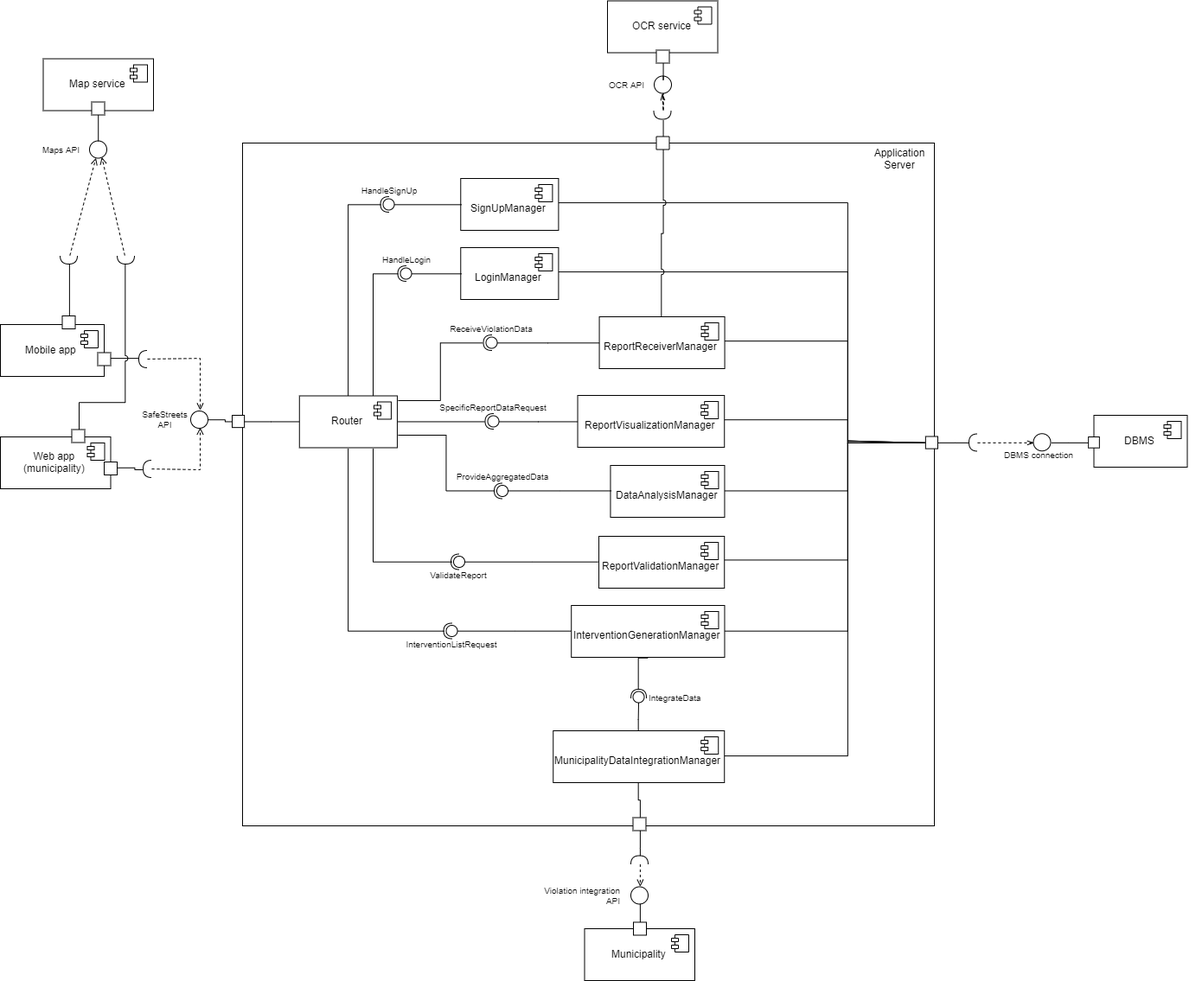
Before: Documentation/DD/Images/componentsDiagram.png, a diagram exported from draw.io (AndreaFalanti/FalantiHuang-SwEngineering2). Source tidied: cells renumbered, new cells last; positions are measured from the earlier drawing's top-left corner, leaving out a move shared by most shapes.
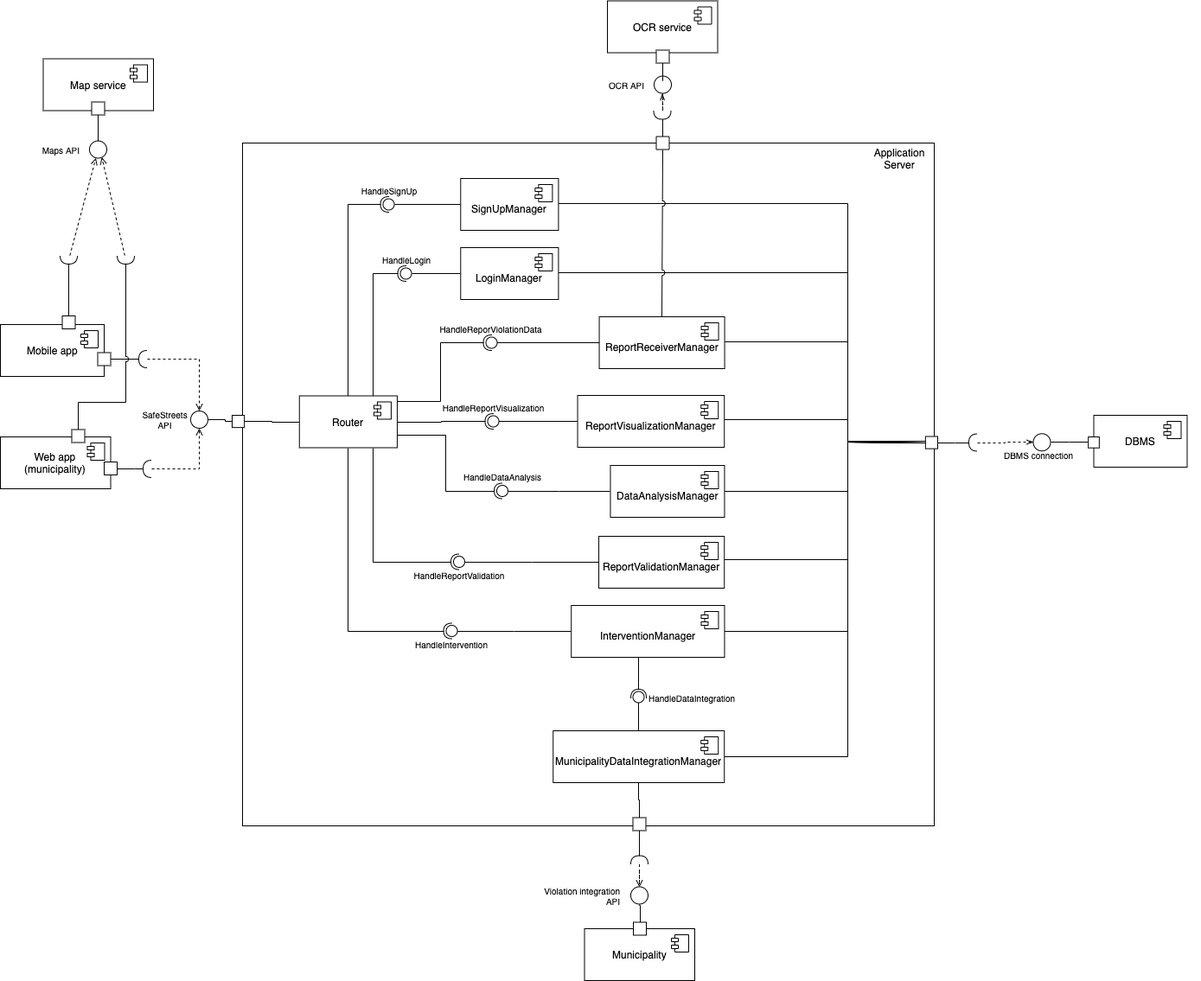
After the commit.

The edit, as a diff of the source:
```diff
@@ -213,7 +213,7 @@
         </Array>
       </mxGeometry>
     </mxCell>
-    <mxCell id="57" value="InterventionGenerationManager" style="html=1;align=center;verticalAlign=middle;horizontal=1;spacingBottom=0;spacingTop=10;fontFamily=Helvetica;fontSize=12;" parent="1" vertex="1">
+    <mxCell id="57" value="InterventionManager" style="html=1;align=center;verticalAlign=middle;horizontal=1;spacingBottom=0;spacingTop=10;fontFamily=Helvetica;fontSize=12;" parent="1" vertex="1">
       <mxGeometry x="660.2" y="699" width="177.2" height="60" as="geometry" />
     </mxCell>
     <mxCell id="58" style="shape=component;jettyWidth=8;jettyHeight=4;fontFamily=Helvetica;fontSize=12;" parent="57" vertex="1">
@@ -227,7 +227,7 @@
     <mxCell id="60" style="ellipse;whiteSpace=wrap;html=1;align=center;fontFamily=Helvetica;fontSize=12;" parent="59" vertex="1">
       <mxGeometry x="44" y="2.5" width="13" height="13" as="geometry" />
     </mxCell>
-    <mxCell id="61" value="ValidateReport" style="text;html=1;strokeColor=none;fillColor=none;align=center;verticalAlign=middle;whiteSpace=wrap;rounded=0;fontSize=10;fontFamily=Helvetica;" parent="59" vertex="1">
+    <mxCell id="61" value="HandleReportValidation" style="text;html=1;strokeColor=none;fillColor=none;align=center;verticalAlign=middle;whiteSpace=wrap;rounded=0;fontSize=10;fontFamily=Helvetica;" parent="59" vertex="1">
       <mxGeometry y="19" width="100" height="10" as="geometry" />
     </mxCell>
     <mxCell id="62" style="shape=requiredInterface;html=1;verticalLabelPosition=bottom;fontFamily=Helvetica;fontSize=10;align=center;flipH=1;" parent="59" vertex="1">
@@ -239,7 +239,7 @@
     <mxCell id="64" style="ellipse;whiteSpace=wrap;html=1;align=center;fontFamily=Helvetica;fontSize=12;" parent="63" vertex="1">
       <mxGeometry x="44" y="2.5" width="13" height="13" as="geometry" />
     </mxCell>
-    <mxCell id="65" value="InterventionListRequest" style="text;html=1;strokeColor=none;fillColor=none;align=center;verticalAlign=middle;whiteSpace=wrap;rounded=0;fontSize=10;fontFamily=Helvetica;" parent="63" vertex="1">
+    <mxCell id="65" value="HandleIntervention" style="text;html=1;strokeColor=none;fillColor=none;align=center;verticalAlign=middle;whiteSpace=wrap;rounded=0;fontSize=10;fontFamily=Helvetica;" parent="63" vertex="1">
       <mxGeometry y="19" width="100" height="10" as="geometry" />
     </mxCell>
     <mxCell id="66" style="shape=requiredInterface;html=1;verticalLabelPosition=bottom;fontFamily=Helvetica;fontSize=10;align=center;flipH=1;" parent="63" vertex="1">
@@ -248,7 +248,7 @@
     <mxCell id="67" style="edgeStyle=orthogonalEdgeStyle;rounded=0;jettySize=auto;html=1;entryX=0;entryY=0.5;entryDx=0;entryDy=0;endArrow=none;endFill=0;fontFamily=Helvetica;fontSize=10;" parent="1" edge="1" source="64" target="57">
       <mxGeometry relative="1" as="geometry" />
     </mxCell>
-    <mxCell id="68" value="IntegrateData" style="text;html=1;strokeColor=none;fillColor=none;align=left;verticalAlign=middle;whiteSpace=wrap;rounded=0;fontSize=10;fontFamily=Helvetica;" parent="1" vertex="1">
+    <mxCell id="68" value="HandleDataIntegration" style="text;html=1;strokeColor=none;fillColor=none;align=left;verticalAlign=middle;whiteSpace=wrap;rounded=0;fontSize=10;fontFamily=Helvetica;" parent="1" vertex="1">
       <mxGeometry x="748" y="801" width="70" height="10" as="geometry" />
     </mxCell>
     <mxCell id="69" style="edgeStyle=orthogonalEdgeStyle;rounded=0;jettySize=auto;html=1;entryX=0.5;entryY=0;entryDx=0;entryDy=0;endArrow=none;endFill=0;fontFamily=Helvetica;fontSize=10;" parent="1" edge="1" source="70" target="44">
@@ -275,7 +275,7 @@
     <mxCell id="76" style="group;" parent="75" vertex="1">
       <mxGeometry width="100" height="30" as="geometry" />
     </mxCell>
-    <mxCell id="77" value="ReceiveViolationData" style="text;html=1;strokeColor=none;fillColor=none;align=center;verticalAlign=middle;whiteSpace=wrap;rounded=0;fontSize=10;fontFamily=Helvetica;" parent="76" vertex="1">
+    <mxCell id="77" value="HandleReporViolationData" style="text;html=1;strokeColor=none;fillColor=none;align=center;verticalAlign=middle;whiteSpace=wrap;rounded=0;fontSize=10;fontFamily=Helvetica;" parent="76" vertex="1">
       <mxGeometry width="100" height="10" as="geometry" />
     </mxCell>
     <mxCell id="78" style="ellipse;whiteSpace=wrap;html=1;align=center;fontFamily=Helvetica;fontSize=12;" parent="76" vertex="1">
@@ -290,7 +290,7 @@
     <mxCell id="81" style="group;" parent="80" vertex="1">
       <mxGeometry width="100" height="30" as="geometry" />
     </mxCell>
-    <mxCell id="82" value="SpecificReportDataRequest" style="text;html=1;strokeColor=none;fillColor=none;align=center;verticalAlign=middle;whiteSpace=wrap;rounded=0;fontSize=10;fontFamily=Helvetica;" parent="81" vertex="1">
+    <mxCell id="82" value="HandleReportVisualization" style="text;html=1;strokeColor=none;fillColor=none;align=center;verticalAlign=middle;whiteSpace=wrap;rounded=0;fontSize=10;fontFamily=Helvetica;" parent="81" vertex="1">
       <mxGeometry width="100" height="10" as="geometry" />
     </mxCell>
     <mxCell id="83" style="ellipse;whiteSpace=wrap;html=1;align=center;fontFamily=Helvetica;fontSize=12;" parent="81" vertex="1">
@@ -318,7 +318,7 @@
     <mxCell id="88" style="group;" parent="1" vertex="1">
       <mxGeometry x="530" y="547" width="100" height="28.5" as="geometry" />
     </mxCell>
-    <mxCell id="89" value="ProvideAggregatedData" style="text;html=1;strokeColor=none;fillColor=none;align=center;verticalAlign=middle;whiteSpace=wrap;rounded=0;fontSize=10;fontFamily=Helvetica;" parent="88" vertex="1">
+    <mxCell id="89" value="HandleDataAnalysis" style="text;html=1;strokeColor=none;fillColor=none;align=center;verticalAlign=middle;whiteSpace=wrap;rounded=0;fontSize=10;fontFamily=Helvetica;" parent="88" vertex="1">
       <mxGeometry y="-2" width="100" height="10" as="geometry" />
     </mxCell>
     <mxCell id="90" style="ellipse;whiteSpace=wrap;html=1;align=center;fontFamily=Helvetica;fontSize=12;flipH=0;flipV=1;direction=west;" parent="88" vertex="1">
```
